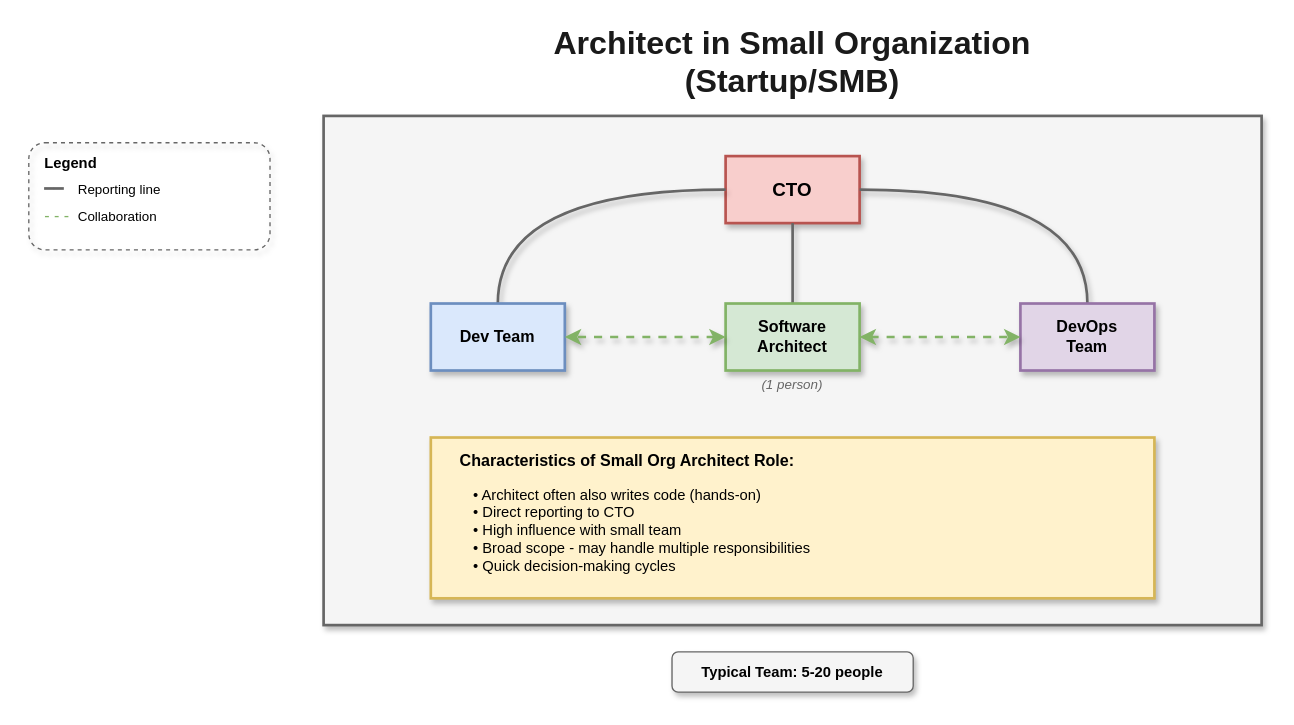
Before: lesson-00-software-architect-overview/02-organizational-positioning/2.1-org-structure-small.drawio in MrParkerZ7/document-lesson-software-architect-x-claude, a draw.io diagram. Source tidied: cells renumbered, new cells numbered last; positions are measured from the earlier drawing's top-left corner, leaving out a move shared by most shapes. Both pictures are drawn from the tidied source at 134%, with x=0, y=0 at pixel (28, 35).
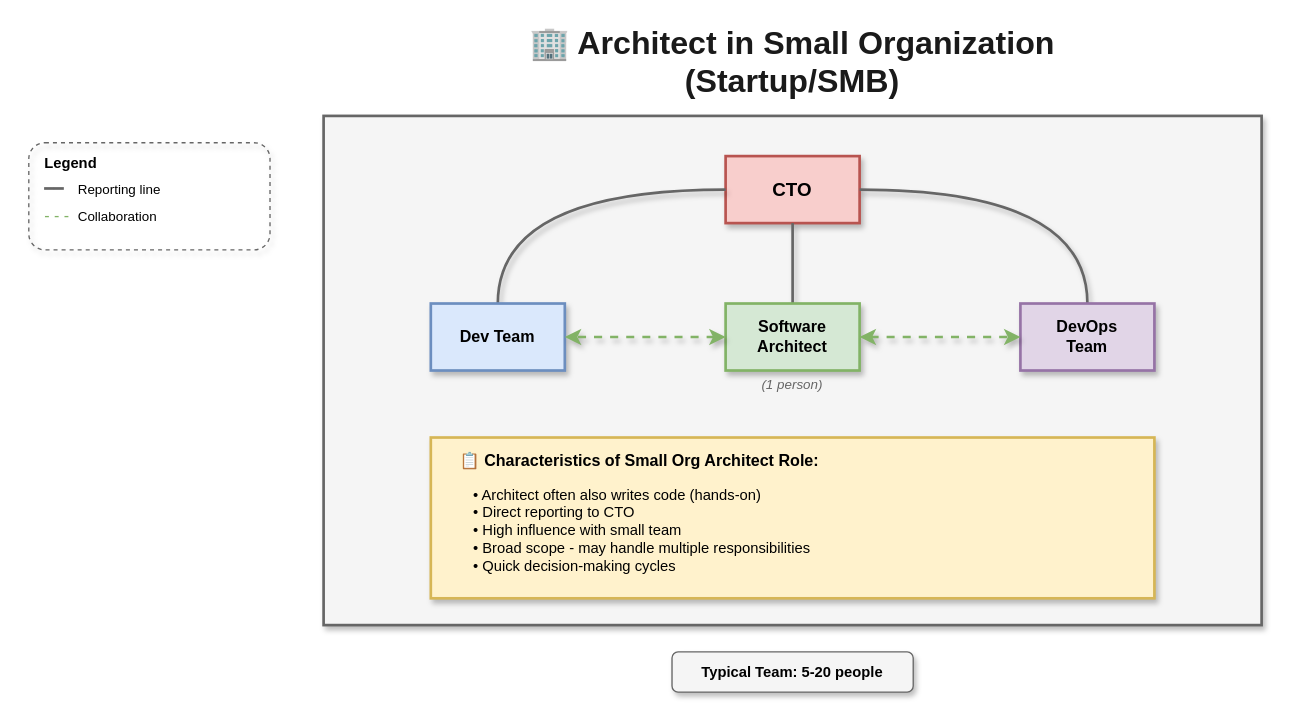
Above is the later version.

Change to the diagram source:
```diff
@@
-    <mxCell id="2" value="Architect in Small Organization (Startup/SMB)" style="text;html=1;strokeColor=none;fillColor=none;align=center;verticalAlign=middle;whiteSpace=wrap;rounded=0;fontSize=24;fontStyle=1;fontColor=#1a1a1a;" parent="1" vertex="1">
+    <mxCell id="2" value="🏢 Architect in Small Organization (Startup/SMB)" style="text;html=1;strokeColor=none;fillColor=none;align=center;verticalAlign=middle;whiteSpace=wrap;rounded=0;fontSize=24;fontStyle=1;fontColor=#1a1a1a;" parent="1" vertex="1">
       <mxGeometry x="320" width="500" height="40" as="geometry" />
     </mxCell>
@@
-    <mxCell id="15" value="Characteristics of Small Org Architect Role:" style="text;html=1;strokeColor=none;fillColor=none;align=left;verticalAlign=middle;whiteSpace=wrap;rounded=0;fontSize=12;fontStyle=1;" parent="1" vertex="1">
+    <mxCell id="15" value="📋 Characteristics of Small Org Architect Role:" style="text;html=1;strokeColor=none;fillColor=none;align=left;verticalAlign=middle;whiteSpace=wrap;rounded=0;fontSize=12;fontStyle=1;" parent="1" vertex="1">
       <mxGeometry x="320" y="305" width="300" height="25" as="geometry" />
     </mxCell>
```
